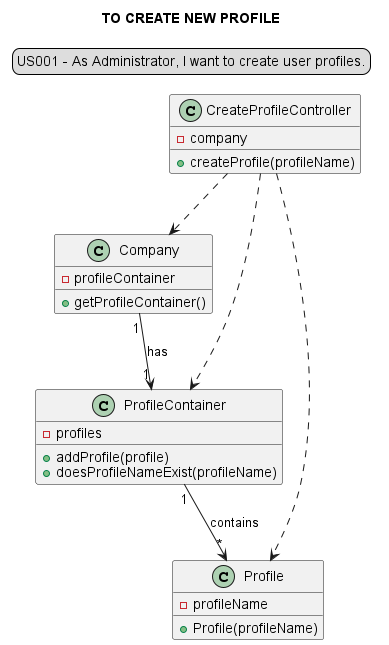
Above: docs/modelling_design/user_stories/us001/US001_classDiagram.png in Loracline/project_switch_22-23 (PlantUML), before the change. Source of this version:
```plantuml
@startuml
skinparam sequenceMessageAlign center
title TO CREATE NEW PROFILE
legend top
US001 - As Administrator, I want to create user profiles.
end legend

class "CreateProfileController" {
-company
+createProfile(profileName)
}

class "Company" {
-profileContainer
+getProfileContainer()
}

class "ProfileContainer"{
-profiles
+addProfile(profile)
+doesProfileNameExist(profileName)
}

class "Profile"{
-profileName
+Profile(profileName)
}

"CreateProfileController" ..>  "Company"
"CreateProfileController" ..> "ProfileContainer"
"CreateProfileController" ..> "Profile"
"Company" "1"-->"1" "ProfileContainer": has
"ProfileContainer" "1" --> "*" "Profile": contains

@enduml
```
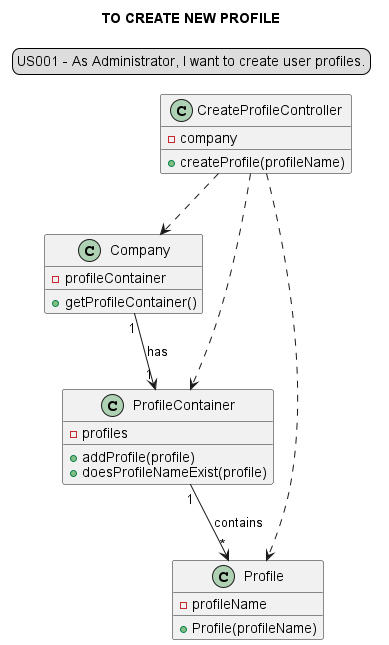
The same diagram one commit later.

Commit message:
UC Diagram | SD 001/002 | status predefined as "Active" and not passed by parameter | refinement (naming)

Change to the diagram source:
```diff
@@ -18,7 +18,7 @@
 class "ProfileContainer"{
 -profiles
 +addProfile(profile)
-+doesProfileNameExist(profileName)
++doesProfileNameExist(profile)
 }
 
 class "Profile"{
```
